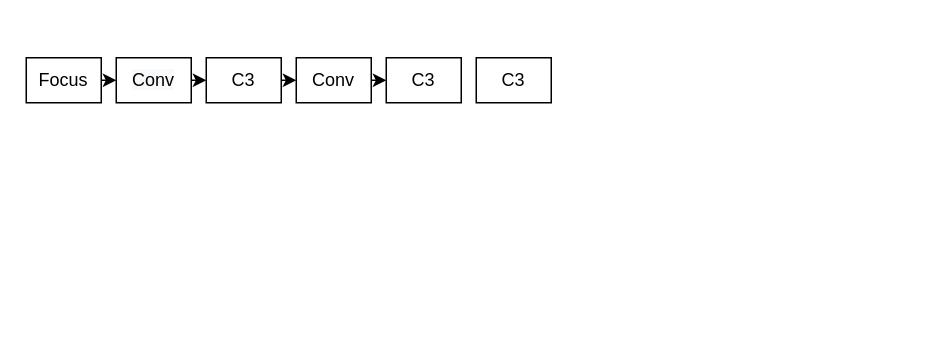
Above: Untitled Diagram.drawio in 147107573/machinelearninginaction (draw.io), before the change. Source tidied: cells renumbered, new cells numbered last; positions are measured from the earlier drawing's top-left corner, leaving out a move shared by most shapes. Both pictures are drawn from the tidied source at 150%, with x=0, y=0 at pixel (26, 57).
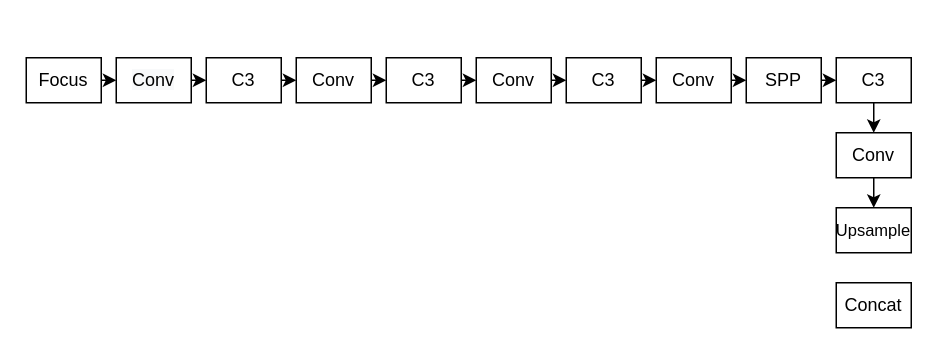
After the change.

The change refers to these unchanged cells:
```xml
<mxCell id="10" value="C3" style="rounded=0;whiteSpace=wrap;html=1;" parent="1" vertex="1">
  <mxGeometry x="240" width="50" height="30" as="geometry" />
</mxCell>
```

Diff of the diagram source:
```diff
@@
+    <mxCell id="12" style="edgeStyle=orthogonalEdgeStyle;rounded=0;jettySize=auto;html=1;exitX=1;exitY=0.5;exitDx=0;exitDy=0;entryX=0;entryY=0.5;entryDx=0;entryDy=0;" parent="1" edge="1" source="10" target="11">
+      <mxGeometry relative="1" as="geometry" />
+    </mxCell>
@@
+    <mxCell id="13" style="edgeStyle=orthogonalEdgeStyle;rounded=0;jettySize=auto;html=1;exitX=1;exitY=0.5;exitDx=0;exitDy=0;entryX=0;entryY=0.5;entryDx=0;entryDy=0;" parent="1" edge="1" source="11" target="15">
+      <mxGeometry relative="1" as="geometry" />
+    </mxCell>
-    <mxCell id="11" value="C3" style="rounded=0;whiteSpace=wrap;html=1;" parent="1" vertex="1">
+    <mxCell id="11" value="Conv" style="rounded=0;whiteSpace=wrap;html=1;" parent="1" vertex="1">
       <mxGeometry x="300" width="50" height="30" as="geometry" />
     </mxCell>
+    <mxCell id="14" style="edgeStyle=orthogonalEdgeStyle;rounded=0;jettySize=auto;html=1;exitX=1;exitY=0.5;exitDx=0;exitDy=0;entryX=0;entryY=0.5;entryDx=0;entryDy=0;" parent="1" edge="1" source="15" target="17">
+      <mxGeometry relative="1" as="geometry" />
+    </mxCell>
+    <mxCell id="15" value="C3" style="rounded=0;whiteSpace=wrap;html=1;" parent="1" vertex="1">
+      <mxGeometry x="360" width="50" height="30" as="geometry" />
+    </mxCell>
+    <mxCell id="16" style="edgeStyle=orthogonalEdgeStyle;rounded=0;jettySize=auto;html=1;exitX=1;exitY=0.5;exitDx=0;exitDy=0;entryX=0;entryY=0.5;entryDx=0;entryDy=0;" parent="1" edge="1" source="17" target="19">
+      <mxGeometry relative="1" as="geometry" />
+    </mxCell>
+    <mxCell id="17" value="Conv" style="rounded=0;whiteSpace=wrap;html=1;" parent="1" vertex="1">
+      <mxGeometry x="420" width="50" height="30" as="geometry" />
+    </mxCell>
+    <mxCell id="18" style="edgeStyle=orthogonalEdgeStyle;rounded=0;jettySize=auto;html=1;exitX=1;exitY=0.5;exitDx=0;exitDy=0;entryX=0;entryY=0.5;entryDx=0;entryDy=0;" parent="1" edge="1" source="19" target="21">
+      <mxGeometry relative="1" as="geometry" />
+    </mxCell>
+    <mxCell id="19" value="SPP" style="rounded=0;whiteSpace=wrap;html=1;" parent="1" vertex="1">
+      <mxGeometry x="480" width="50" height="30" as="geometry" />
+    </mxCell>
+    <mxCell id="20" style="edgeStyle=orthogonalEdgeStyle;rounded=0;jettySize=auto;html=1;exitX=0.5;exitY=1;exitDx=0;exitDy=0;entryX=0.5;entryY=0;entryDx=0;entryDy=0;" parent="1" edge="1" source="21" target="23">
+      <mxGeometry relative="1" as="geometry" />
+    </mxCell>
+    <mxCell id="21" value="C3" style="rounded=0;whiteSpace=wrap;html=1;" parent="1" vertex="1">
+      <mxGeometry x="540" width="50" height="30" as="geometry" />
+    </mxCell>
+    <mxCell id="22" style="edgeStyle=orthogonalEdgeStyle;rounded=0;jettySize=auto;html=1;exitX=0.5;exitY=1;exitDx=0;exitDy=0;entryX=0.5;entryY=0;entryDx=0;entryDy=0;" parent="1" edge="1" source="23" target="24">
+      <mxGeometry relative="1" as="geometry" />
+    </mxCell>
+    <mxCell id="23" value="Conv" style="rounded=0;whiteSpace=wrap;html=1;" parent="1" vertex="1">
+      <mxGeometry x="540" y="50" width="50" height="30" as="geometry" />
+    </mxCell>
+    <mxCell id="24" value="&lt;font style=&quot;font-size: 11px&quot;&gt;Upsample&lt;/font&gt;" style="rounded=0;whiteSpace=wrap;html=1;" parent="1" vertex="1">
+      <mxGeometry x="540" y="100" width="50" height="30" as="geometry" />
+    </mxCell>
+    <mxCell id="25" value="Concat" style="rounded=0;whiteSpace=wrap;html=1;" parent="1" vertex="1">
+      <mxGeometry x="540" y="150" width="50" height="30" as="geometry" />
+    </mxCell>
```
